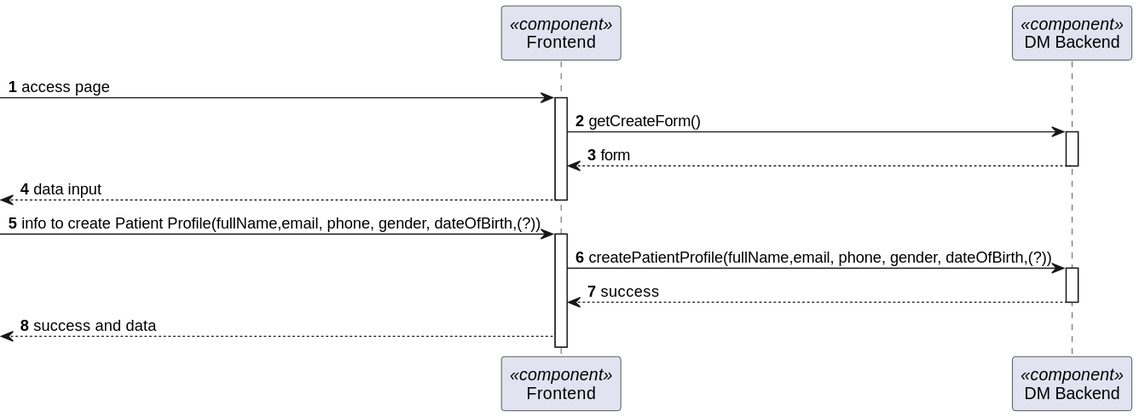
Earlier version of the PlantUML export docs/BackofficeModule/5.1.8/sequence-diagram-2.svg (Ana-Miguel-Silva/SurgicalAppointmentAndResourceManagement).
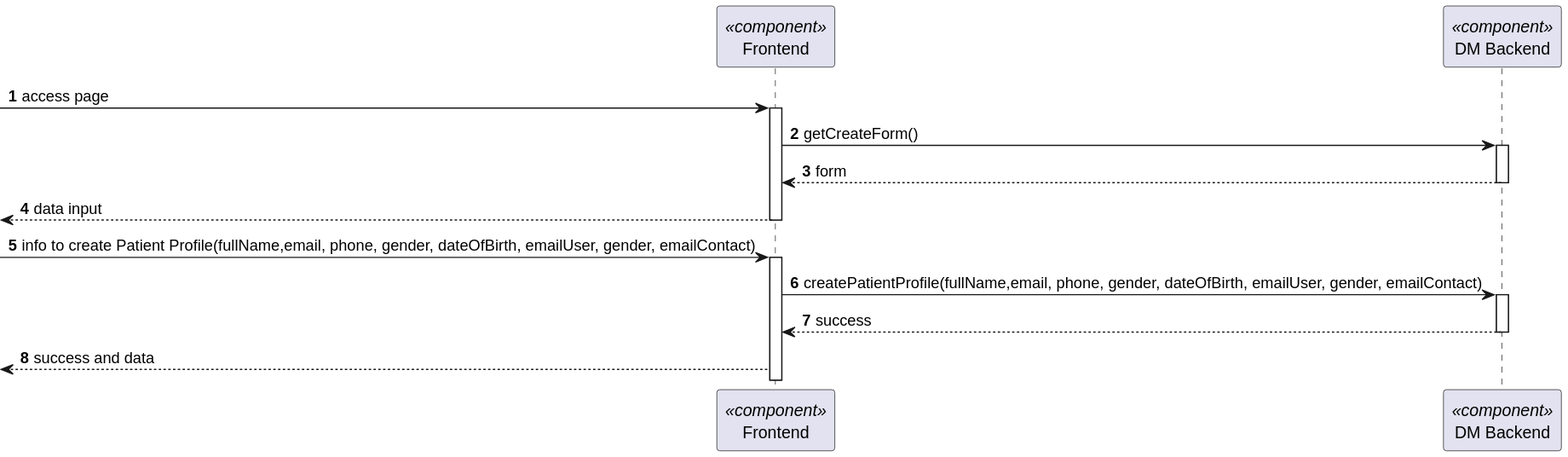
After the change.

Diff of the diagram source:
```diff
@@ -17,9 +17,9 @@
 deactivate BE
 <-- FE   : data input
 deactivate FE
--> FE : info to create Patient Profile(fullName,email, phone, gender, dateOfBirth,(?))
+-> FE : info to create Patient Profile(fullName,email, phone, gender, dateOfBirth, emailUser, gender, emailContact)
 activate FE
-FE -> BE : createPatientProfile(fullName,email, phone, gender, dateOfBirth,(?))
+FE -> BE : createPatientProfile(fullName,email, phone, gender, dateOfBirth, emailUser, gender, emailContact)
 activate BE
 BE --> FE: success
 deactivate BE
```
